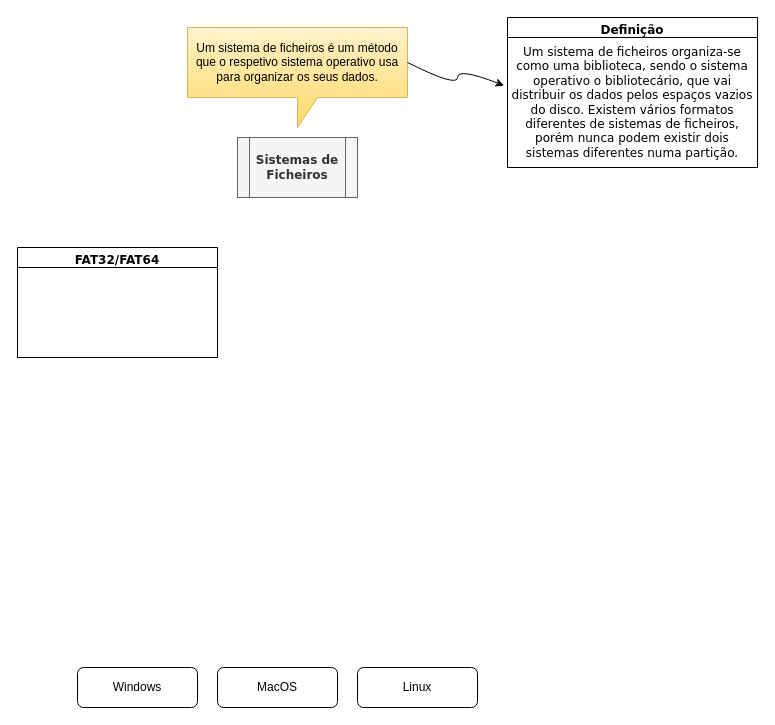
Louraes202/SistemasDeFicheiros keeps this draw.io diagram as Sistemas de Ficheiros.drawio. Above is the earlier version. Source tidied: cells renumbered, new cells numbered last; positions are measured from the earlier drawing's top-left corner, leaving out a move shared by most shapes. Both pictures are drawn from the tidied source at 100%, with x=0, y=0 at pixel (17, 17).
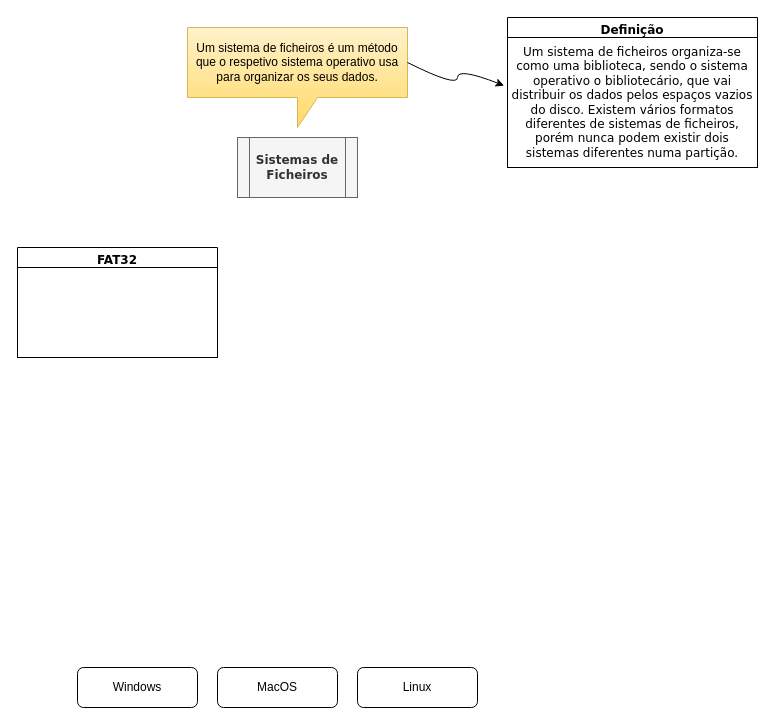
The same page after the edit.

Diff of the diagram source:
```diff
@@
 <mxGraphModel>
   <root>
     <mxCell id="0" />
     <mxCell id="1" parent="0" />
     <mxCell id="2" value="Windows" style="rounded=1;whiteSpace=wrap;html=1;fontSize=12;glass=0;strokeWidth=1;shadow=0;" parent="1" vertex="1">
       <mxGeometry x="60" y="650" width="120" height="40" as="geometry" />
     </mxCell>
     <mxCell id="3" value="MacOS" style="rounded=1;whiteSpace=wrap;html=1;fontSize=12;glass=0;strokeWidth=1;shadow=0;" parent="1" vertex="1">
       <mxGeometry x="200" y="650" width="120" height="40" as="geometry" />
     </mxCell>
     <mxCell id="4" value="Linux" style="rounded=1;whiteSpace=wrap;html=1;fontSize=12;glass=0;strokeWidth=1;shadow=0;" parent="1" vertex="1">
       <mxGeometry x="340" y="650" width="120" height="40" as="geometry" />
     </mxCell>
     <mxCell id="5" value="&lt;b&gt;Sistemas de Ficheiros&lt;/b&gt;" style="shape=process;whiteSpace=wrap;html=1;backgroundOutline=1;fillColor=#f5f5f5;strokeColor=#666666;fontColor=#333333;fontFamily=Verdana;" parent="1" vertex="1">
       <mxGeometry x="220" y="120" width="120" height="60" as="geometry" />
     </mxCell>
     <mxCell id="6" value="&lt;span&gt;Um sistema de ficheiros é um método que o respetivo sistema operativo usa para organizar os seus dados.&lt;/span&gt;" style="shape=callout;whiteSpace=wrap;html=1;perimeter=calloutPerimeter;fillColor=#fff2cc;strokeColor=#d6b656;gradientColor=#ffd966;" parent="1" vertex="1">
       <mxGeometry x="170" y="10" width="220" height="100" as="geometry" />
     </mxCell>
     <mxCell id="7" style="curved=1;endArrow=classic;html=1;rounded=0;fontFamily=Verdana;exitX=0;exitY=0;exitDx=220;exitDy=35;exitPerimeter=0;entryX=-0.017;entryY=0.437;entryDx=0;entryDy=0;entryPerimeter=0;" parent="1" edge="1" source="6">
       <mxGeometry relative="1" as="geometry">
         <mxPoint x="486.6" y="68.1" as="targetPoint" />
         <Array as="points">
           <mxPoint x="440" y="70" />
           <mxPoint x="440" y="50" />
         </Array>
       </mxGeometry>
     </mxCell>
     <mxCell id="8" value="Definição" style="swimlane;fontFamily=Verdana;" parent="1" vertex="1">
       <mxGeometry x="490" width="250" height="150" as="geometry" />
     </mxCell>
     <mxCell id="9" value="Um sistema de ficheiros organiza-se como uma biblioteca, sendo o sistema operativo o bibliotecário, que vai distribuir os dados pelos espaços vazios do disco. Existem vários formatos diferentes de sistemas de ficheiros, porém nunca podem existir dois sistemas diferentes numa partição." style="whiteSpace=wrap;html=1;fontFamily=Verdana;" parent="1" vertex="1">
       <mxGeometry x="490" y="20" width="250" height="130" as="geometry" />
     </mxCell>
-    <mxCell id="10" value="FAT32/FAT64" style="swimlane;fontFamily=Verdana;" parent="1" vertex="1">
+    <mxCell id="10" value="FAT32" style="swimlane;fontFamily=Verdana;" parent="1" vertex="1">
       <mxGeometry y="230" width="200" height="110" as="geometry" />
     </mxCell>
     <mxCell id="11" style="whiteSpace=wrap;html=1;fontFamily=Verdana;" parent="10" vertex="1">
       <mxGeometry y="20" width="200" height="90" as="geometry" />
     </mxCell>
   </root>
 </mxGraphModel>
```
